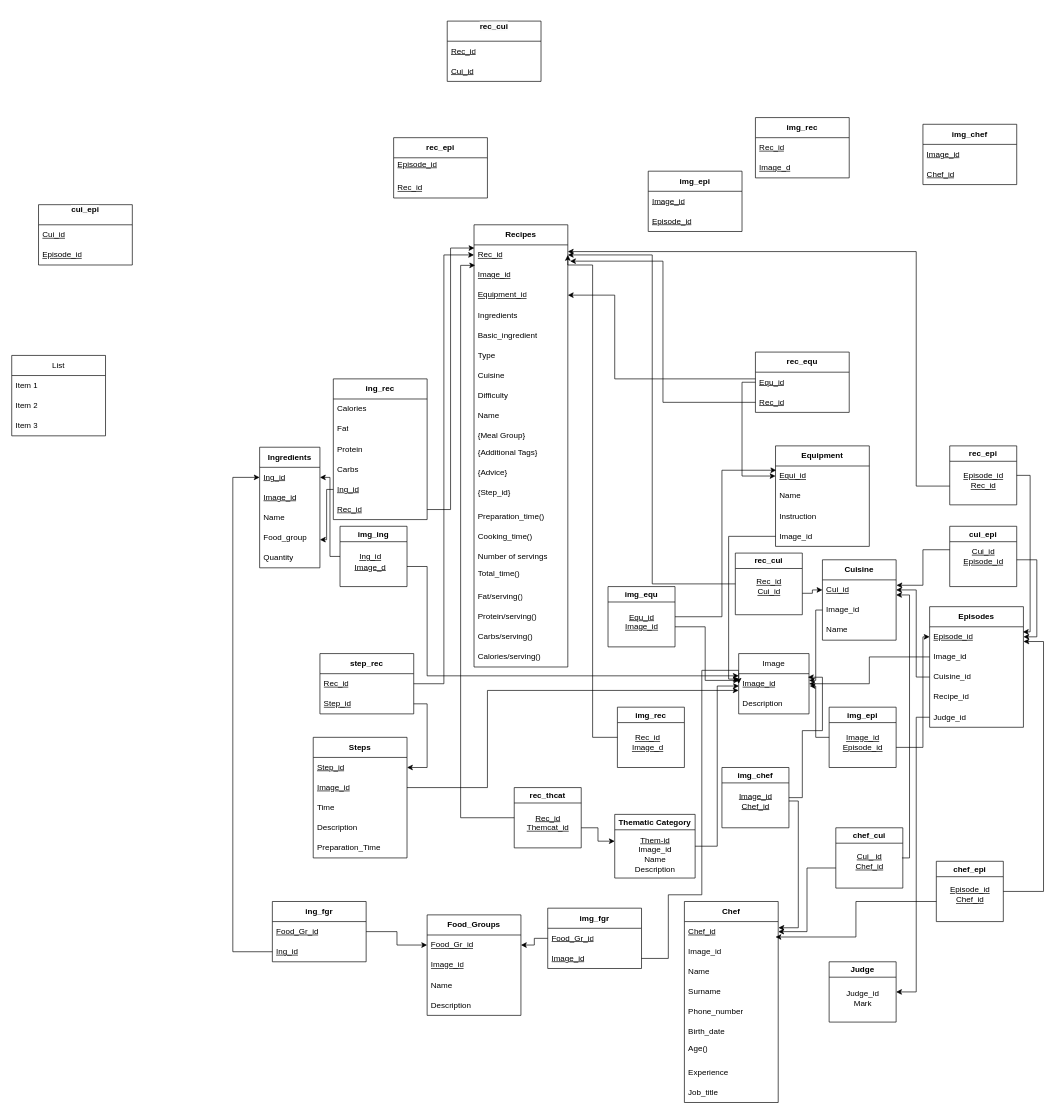
Before: Relational Model.drawio in Stavriana/Databases, a draw.io diagram. Source tidied: cells renumbered, new cells numbered last; positions are measured from the earlier drawing's top-left corner, leaving out a move shared by most shapes. Both pictures are drawn from the tidied source at 67%, with x=0, y=0 at pixel (11, 21).
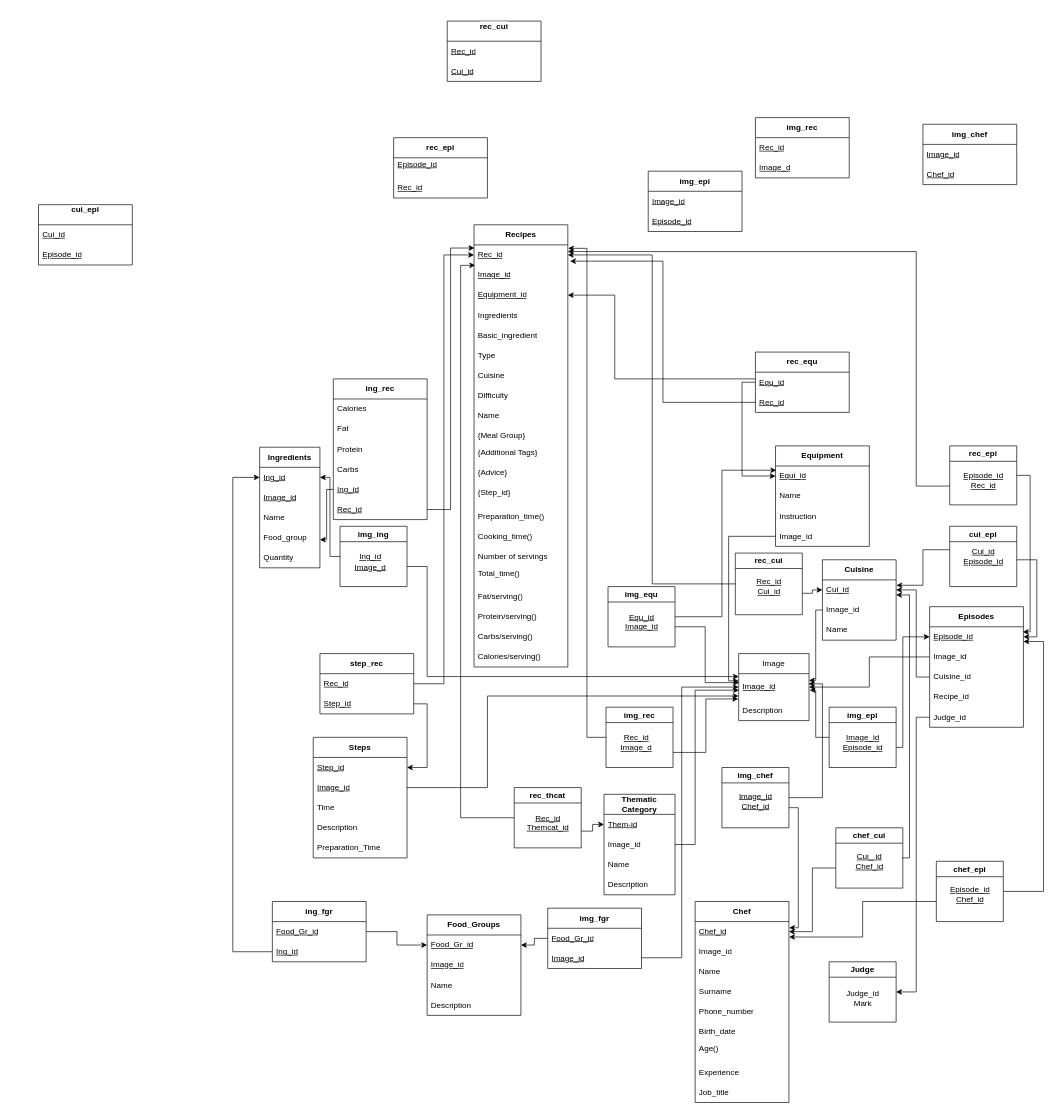
After the change.

The change refers to these unchanged cells:
```xml
<mxCell id="50" value="img_chef" style="swimlane;whiteSpace=wrap;html=1;" parent="1" vertex="1">
  <mxGeometry x="1060" y="1114" width="100" height="90" as="geometry" />
</mxCell>
<mxCell id="90" value="&lt;u&gt;Image_id&lt;/u&gt;" style="text;strokeColor=none;fillColor=none;align=left;verticalAlign=middle;spacingLeft=4;spacingRight=4;overflow=hidden;points=[[0,0.5],[1,0.5]];portConstraint=eastwest;whiteSpace=wrap;html=1;" parent="88" vertex="1">
  <mxGeometry y="60" width="140" height="30" as="geometry" />
</mxCell>
<mxCell id="117" value="&lt;u style=&quot;text-align: center; text-wrap: nowrap;&quot;&gt;Chef_id&lt;/u&gt;" style="text;strokeColor=none;fillColor=none;align=left;verticalAlign=middle;spacingLeft=4;spacingRight=4;overflow=hidden;points=[[0,0.5],[1,0.5]];portConstraint=eastwest;whiteSpace=wrap;html=1;" parent="116" vertex="1">
  <mxGeometry y="30" width="140" height="30" as="geometry" />
</mxCell>
<mxCell id="130" value="&lt;u style=&quot;text-align: center; text-wrap: nowrap;&quot;&gt;Rec_id&lt;/u&gt;" style="text;strokeColor=none;fillColor=none;align=left;verticalAlign=middle;spacingLeft=4;spacingRight=4;overflow=hidden;points=[[0,0.5],[1,0.5]];portConstraint=eastwest;whiteSpace=wrap;html=1;" parent="129" vertex="1">
  <mxGeometry y="30" width="140" height="30" as="geometry" />
</mxCell>
<mxCell id="163" value="&lt;u style=&quot;text-align: center; text-wrap: nowrap;&quot;&gt;Episode_id&lt;/u&gt;" style="text;strokeColor=none;fillColor=none;align=left;verticalAlign=middle;spacingLeft=4;spacingRight=4;overflow=hidden;points=[[0,0.5],[1,0.5]];portConstraint=eastwest;whiteSpace=wrap;html=1;" parent="162" vertex="1">
  <mxGeometry y="30" width="140" height="30" as="geometry" />
</mxCell>
```

Diff of the diagram source:
```diff
@@
-    <mxCell id="8" style="edgeStyle=elbowEdgeStyle;rounded=0;orthogonalLoop=1;jettySize=auto;html=1;" parent="1" edge="1">
+    <mxCell id="8" style="edgeStyle=elbowEdgeStyle;rounded=0;jettySize=auto;html=1;entryX=0;entryY=0.5;entryDx=0;entryDy=0;" parent="1" edge="1" target="176">
       <mxGeometry relative="1" as="geometry">
-        <mxPoint x="850" y="1204" as="sourcePoint" />
-        <mxPoint x="900" y="1224" as="targetPoint" />
+        <mxPoint x="850" y="1209" as="sourcePoint" />
       </mxGeometry>
     </mxCell>
@@
-    <mxCell id="20" style="edgeStyle=orthogonalEdgeStyle;rounded=0;jettySize=auto;html=1;exitX=0;exitY=0.5;exitDx=0;exitDy=0;entryX=1;entryY=0.5;entryDx=0;entryDy=0;" parent="1" edge="1" source="21" target="130">
-      <mxGeometry relative="1" as="geometry">
-        <Array as="points">
-          <mxPoint x="867" y="1069" />
-          <mxPoint x="867" y="364" />
-          <mxPoint x="830" y="364" />
-        </Array>
-      </mxGeometry>
-    </mxCell>
     <mxCell id="21" value="img_rec" style="swimlane;whiteSpace=wrap;html=1;" parent="1" vertex="1">
-      <mxGeometry x="904" y="1024" width="100" height="90" as="geometry" />
+      <mxGeometry x="887" y="1024" width="100" height="90" as="geometry" />
     </mxCell>
@@
     <mxCell id="23" style="edgeStyle=elbowEdgeStyle;rounded=0;jettySize=auto;html=1;entryX=1.002;entryY=0.307;entryDx=0;entryDy=0;entryPerimeter=0;" parent="1" edge="1" target="117">
       <mxGeometry relative="1" as="geometry">
-        <mxPoint x="1160" y="1164" as="sourcePoint" />
+        <mxPoint x="1160" y="1174" as="sourcePoint" />
         <Array as="points">
           <mxPoint x="1174" y="1283" />
         </Array>
       </mxGeometry>
     </mxCell>
@@
-    <mxCell id="28" style="edgeStyle=elbowEdgeStyle;rounded=0;orthogonalLoop=1;jettySize=auto;html=1;" parent="1" edge="1">
+    <mxCell id="28" style="edgeStyle=elbowEdgeStyle;rounded=0;jettySize=auto;html=1;entryX=1.002;entryY=0.767;entryDx=0;entryDy=0;entryPerimeter=0;" parent="1" edge="1" target="117">
       <mxGeometry relative="1" as="geometry">
         <mxPoint x="1380" y="1314" as="sourcePoint" />
-        <mxPoint x="1140" y="1367" as="targetPoint" />
       </mxGeometry>
     </mxCell>
@@
-    <mxCell id="38" style="edgeStyle=elbowEdgeStyle;rounded=0;jettySize=auto;html=1;exitX=1;exitY=0.5;exitDx=0;exitDy=0;entryX=0.004;entryY=0.615;entryDx=0;entryDy=0;entryPerimeter=0;" parent="1" edge="1" source="39" target="153">
-      <mxGeometry relative="1" as="geometry" />
+    <mxCell id="38" style="edgeStyle=elbowEdgeStyle;rounded=0;jettySize=auto;html=1;entryX=0.004;entryY=0.615;entryDx=0;entryDy=0;entryPerimeter=0;exitX=1;exitY=0.5;exitDx=0;exitDy=0;" parent="1" edge="1" source="177" target="153">
+      <mxGeometry relative="1" as="geometry">
+        <Array as="points">
+          <mxPoint x="1020" y="1114" />
+        </Array>
+      </mxGeometry>
     </mxCell>
-    <mxCell id="39" value="Thematic Category" style="swimlane;whiteSpace=wrap;html=1;" parent="1" vertex="1">
-      <mxGeometry x="900" y="1184" width="120" height="95" as="geometry" />
-    </mxCell>
-    <mxCell id="40" value="&lt;u&gt;Them-id&lt;/u&gt;&lt;div&gt;Image_id&lt;/div&gt;&lt;div&gt;Name&lt;/div&gt;&lt;div&gt;Description&lt;/div&gt;" style="text;html=1;align=center;verticalAlign=middle;strokeColor=none;fillColor=none;" parent="39" vertex="1">
-      <mxGeometry x="20" y="25" width="80" height="70" as="geometry" />
-    </mxCell>
@@
     <mxCell id="42" style="edgeStyle=elbowEdgeStyle;rounded=0;jettySize=auto;html=1;entryX=0;entryY=0.5;entryDx=0;entryDy=0;" parent="1" edge="1" target="163">
       <mxGeometry relative="1" as="geometry">
         <mxPoint x="1320" y="1084" as="sourcePoint" />
         <Array as="points">
-          <mxPoint x="1360" y="1004" />
+          <mxPoint x="1330" y="994" />
         </Array>
       </mxGeometry>
     </mxCell>
@@
-    <mxCell id="91" style="edgeStyle=orthogonalEdgeStyle;rounded=0;jettySize=auto;html=1;exitX=1;exitY=0.5;exitDx=0;exitDy=0;entryX=0;entryY=0.5;entryDx=0;entryDy=0;" parent="1" edge="1" source="90" target="153">
-      <mxGeometry relative="1" as="geometry">
-        <Array as="points">
-          <mxPoint x="980" y="1399" />
-          <mxPoint x="980" y="1304" />
-          <mxPoint x="1030" y="1304" />
-          <mxPoint x="1030" y="969" />
-        </Array>
-      </mxGeometry>
-    </mxCell>
@@
     <mxCell id="116" value="&lt;b&gt;Chef&lt;/b&gt;" style="swimlane;fontStyle=0;horizontal=1;startSize=30;whiteSpace=wrap;html=1;" parent="1" vertex="1">
-      <mxGeometry x="1004" y="1314" width="140" height="300" as="geometry" />
+      <mxGeometry x="1020" y="1314" width="140" height="300" as="geometry" />
     </mxCell>
@@
     <mxCell id="152" value="Image" style="swimlane;fontStyle=0;horizontal=1;startSize=30;whiteSpace=wrap;html=1;" parent="1" vertex="1">
-      <mxGeometry x="1085" y="944" width="105" height="90" as="geometry" />
+      <mxGeometry x="1085" y="944" width="105" height="100" as="geometry" />
     </mxCell>
     <mxCell id="153" value="&lt;u style=&quot;text-align: center; text-wrap: nowrap;&quot;&gt;Image_id&lt;/u&gt;" style="text;strokeColor=none;fillColor=none;align=left;verticalAlign=middle;spacingLeft=4;spacingRight=4;overflow=hidden;points=[[0,0.5],[1,0.5]];portConstraint=eastwest;whiteSpace=wrap;html=1;" parent="152" vertex="1">
-      <mxGeometry y="30" width="105" height="30" as="geometry" />
+      <mxGeometry y="30" width="105" height="40" as="geometry" />
     </mxCell>
     <mxCell id="154" value="&lt;span style=&quot;text-align: center; text-wrap: nowrap;&quot;&gt;Description&lt;/span&gt;" style="text;strokeColor=none;fillColor=none;align=left;verticalAlign=middle;spacingLeft=4;spacingRight=4;overflow=hidden;whiteSpace=wrap;html=1;" parent="152" vertex="1">
-      <mxGeometry y="60" width="105" height="30" as="geometry" />
+      <mxGeometry y="70" width="105" height="30" as="geometry" />
     </mxCell>
-    <mxCell id="155" style="edgeStyle=orthogonalEdgeStyle;rounded=0;jettySize=auto;html=1;exitX=1;exitY=0.5;exitDx=0;exitDy=0;entryX=0.984;entryY=0.175;entryDx=0;entryDy=0;entryPerimeter=0;" parent="1" edge="1" source="50" target="153">
-      <mxGeometry relative="1" as="geometry">
-        <Array as="points">
-          <mxPoint x="1180" y="1159" />
-          <mxPoint x="1180" y="1059" />
-          <mxPoint x="1210" y="1059" />
-          <mxPoint x="1210" y="979" />
-        </Array>
-      </mxGeometry>
-    </mxCell>
@@
-    <mxCell id="168" value="List" style="swimlane;fontStyle=0;horizontal=1;startSize=30;whiteSpace=wrap;html=1;" parent="1" vertex="1">
-      <mxGeometry y="499" width="140" height="120" as="geometry" />
-    </mxCell>
-    <mxCell id="169" value="Item 1" style="text;strokeColor=none;fillColor=none;align=left;verticalAlign=middle;spacingLeft=4;spacingRight=4;overflow=hidden;whiteSpace=wrap;html=1;" parent="168" vertex="1">
-      <mxGeometry y="30" width="140" height="30" as="geometry" />
-    </mxCell>
-    <mxCell id="170" value="Item 2" style="text;strokeColor=none;fillColor=none;align=left;verticalAlign=middle;spacingLeft=4;spacingRight=4;overflow=hidden;whiteSpace=wrap;html=1;" parent="168" vertex="1">
-      <mxGeometry y="60" width="140" height="30" as="geometry" />
-    </mxCell>
-    <mxCell id="171" value="Item 3" style="text;strokeColor=none;fillColor=none;align=left;verticalAlign=middle;spacingLeft=4;spacingRight=4;overflow=hidden;whiteSpace=wrap;html=1;" parent="168" vertex="1">
-      <mxGeometry y="90" width="140" height="30" as="geometry" />
-    </mxCell>
@@
+    <mxCell id="39" value="&lt;span style=&quot;font-weight: 700;&quot;&gt;Thematic Category&lt;/span&gt;" style="swimlane;fontStyle=0;horizontal=1;startSize=30;whiteSpace=wrap;html=1;" parent="1" vertex="1">
+      <mxGeometry x="884" y="1154" width="106" height="150" as="geometry" />
+    </mxCell>
+    <mxCell id="176" value="&lt;u style=&quot;text-align: center; text-wrap: nowrap;&quot;&gt;Them-id&lt;/u&gt;" style="text;strokeColor=none;fillColor=none;align=left;verticalAlign=middle;spacingLeft=4;spacingRight=4;overflow=hidden;points=[[0,0.5],[1,0.5]];portConstraint=eastwest;whiteSpace=wrap;html=1;" parent="39" vertex="1">
+      <mxGeometry y="30" width="106" height="30" as="geometry" />
+    </mxCell>
+    <mxCell id="177" value="&lt;span style=&quot;text-align: center; text-wrap: nowrap;&quot;&gt;Image_id&lt;/span&gt;" style="text;strokeColor=none;fillColor=none;align=left;verticalAlign=middle;spacingLeft=4;spacingRight=4;overflow=hidden;points=[[0,0.5],[1,0.5]];portConstraint=eastwest;whiteSpace=wrap;html=1;" parent="39" vertex="1">
+      <mxGeometry y="60" width="106" height="30" as="geometry" />
+    </mxCell>
+    <mxCell id="178" value="&lt;span style=&quot;text-align: center; text-wrap: nowrap;&quot;&gt;Name&lt;/span&gt;" style="text;strokeColor=none;fillColor=none;align=left;verticalAlign=middle;spacingLeft=4;spacingRight=4;overflow=hidden;whiteSpace=wrap;html=1;" parent="39" vertex="1">
+      <mxGeometry y="90" width="106" height="30" as="geometry" />
+    </mxCell>
+    <mxCell id="179" value="&lt;span style=&quot;text-align: center; text-wrap: nowrap;&quot;&gt;Description&lt;/span&gt;" style="text;strokeColor=none;fillColor=none;align=left;verticalAlign=middle;spacingLeft=4;spacingRight=4;overflow=hidden;whiteSpace=wrap;html=1;" parent="39" vertex="1">
+      <mxGeometry y="120" width="106" height="30" as="geometry" />
+    </mxCell>
+    <mxCell id="180" style="edgeStyle=orthogonalEdgeStyle;rounded=0;jettySize=auto;html=1;exitX=1;exitY=0.5;exitDx=0;exitDy=0;entryX=0;entryY=0.5;entryDx=0;entryDy=0;" parent="1" edge="1" target="153">
+      <mxGeometry relative="1" as="geometry">
+        <mxPoint x="940" y="1398" as="sourcePoint" />
+        <Array as="points">
+          <mxPoint x="1000" y="1398" />
+          <mxPoint x="1000" y="994" />
+        </Array>
+      </mxGeometry>
+    </mxCell>
+    <mxCell id="20" style="edgeStyle=orthogonalEdgeStyle;rounded=0;jettySize=auto;html=1;exitX=0;exitY=0.5;exitDx=0;exitDy=0;entryX=1.003;entryY=0.172;entryDx=0;entryDy=0;entryPerimeter=0;" parent="1" edge="1" source="21" target="130">
+      <mxGeometry relative="1" as="geometry" />
+    </mxCell>
+    <mxCell id="181" style="edgeStyle=elbowEdgeStyle;rounded=0;jettySize=auto;html=1;exitX=1;exitY=0.75;exitDx=0;exitDy=0;entryX=-0.007;entryY=0.943;entryDx=0;entryDy=0;entryPerimeter=0;" parent="1" edge="1" source="21" target="153">
+      <mxGeometry relative="1" as="geometry" />
+    </mxCell>
+    <mxCell id="155" style="edgeStyle=elbowEdgeStyle;rounded=0;jettySize=auto;html=1;exitX=1;exitY=0.5;exitDx=0;exitDy=0;entryX=0.994;entryY=0.379;entryDx=0;entryDy=0;entryPerimeter=0;" parent="1" edge="1" source="50" target="153">
+      <mxGeometry relative="1" as="geometry">
+        <Array as="points">
+          <mxPoint x="1210" y="1074" />
+        </Array>
+      </mxGeometry>
+    </mxCell>
```
